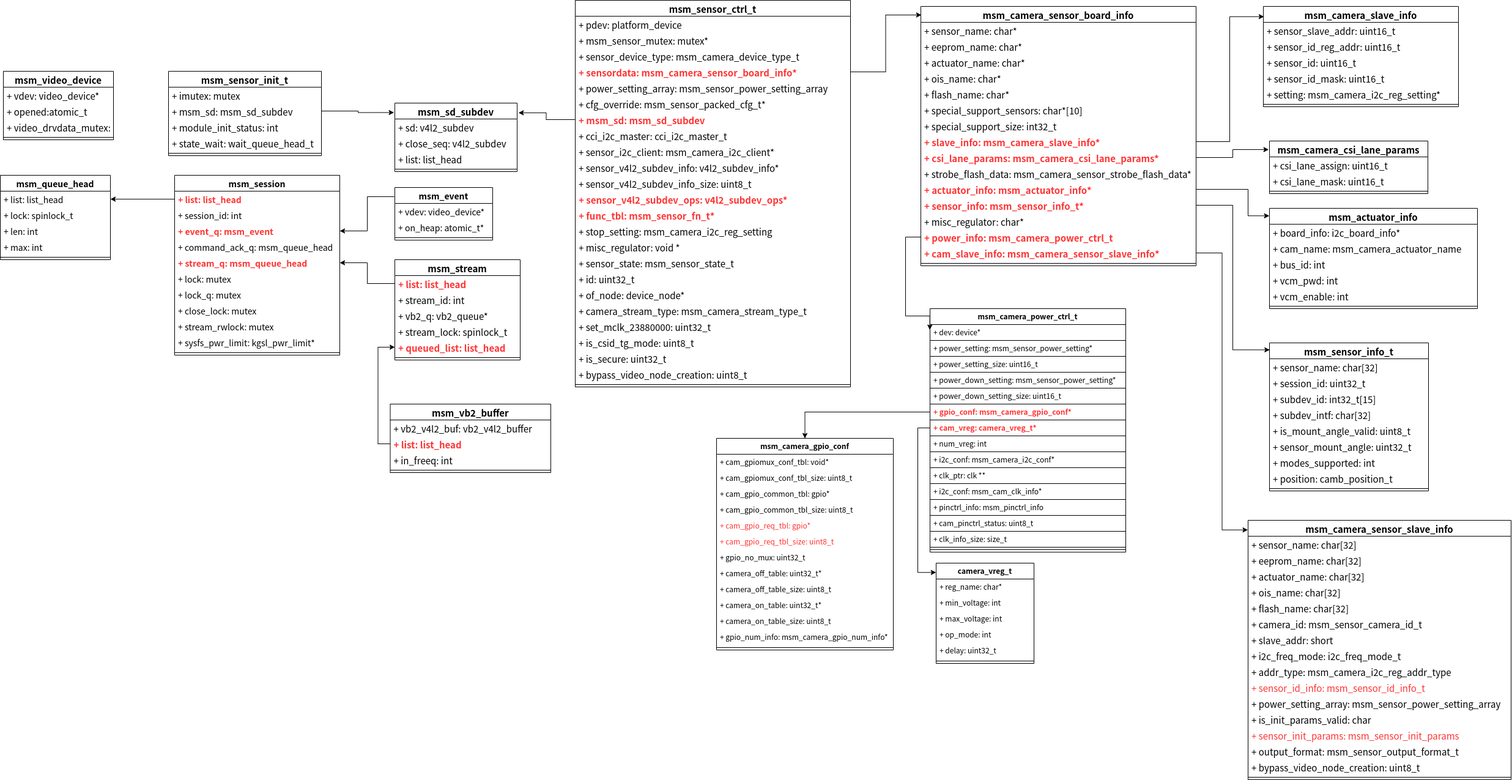
Before: qcom v4l2 camera2类图.png, a diagram exported from draw.io (zhangmeizhen/test2). Source tidied: cells renumbered, new cells last; positions are measured from the earlier drawing's top-left corner, leaving out a move shared by most shapes.
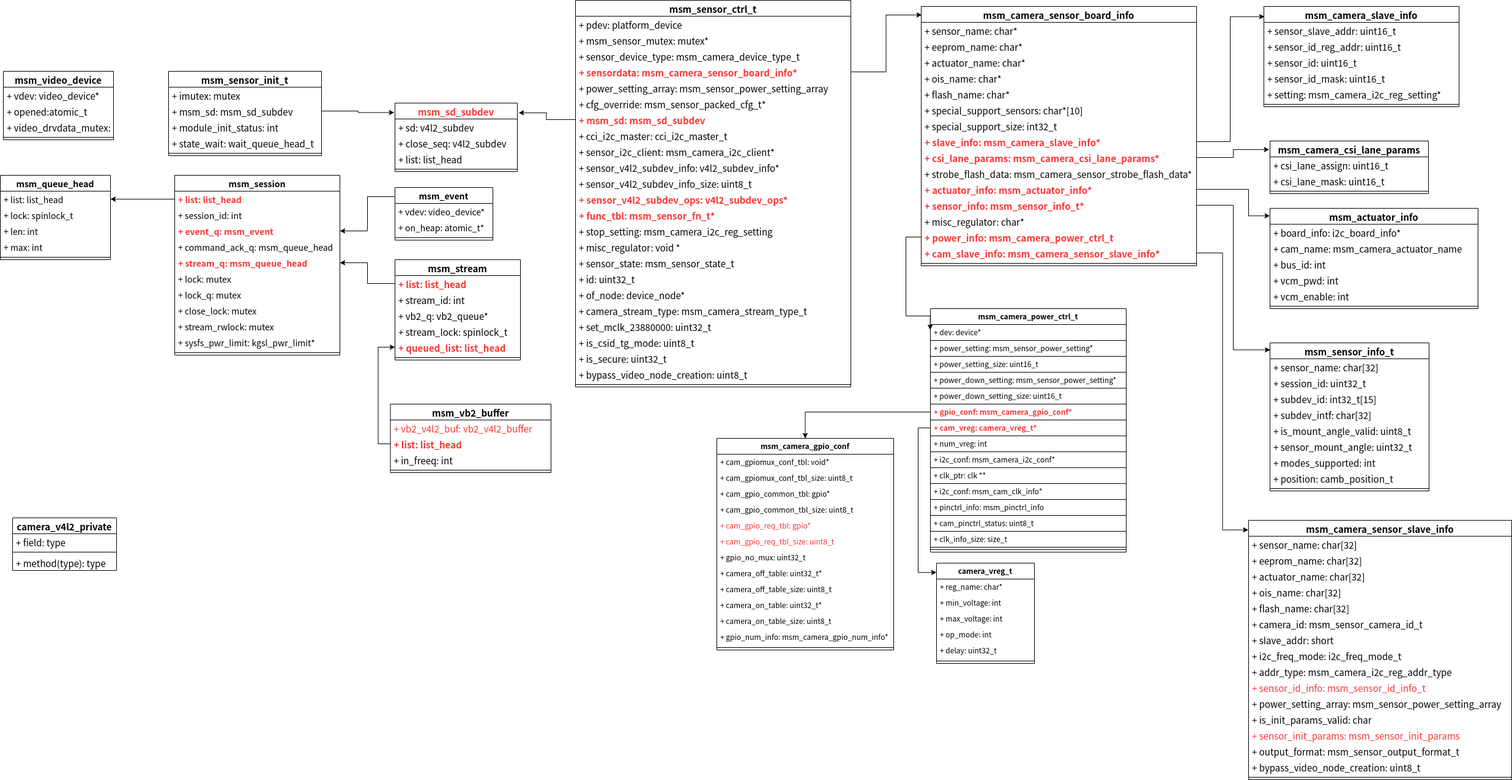
The same diagram one commit later.

Diff of the diagram source:
```diff
@@ -35,7 +35,7 @@
     <mxCell id="12" style="line;strokeWidth=1;fillColor=none;align=left;verticalAlign=middle;spacingTop=-1;spacingLeft=3;spacingRight=3;labelPosition=right;fontSize=15;fontColor=#000000;" parent="7" vertex="1">
       <mxGeometry y="130" width="250" height="8" as="geometry" />
     </mxCell>
-    <mxCell id="13" value="msm_sd_subdev" style="swimlane;fontStyle=1;align=center;verticalAlign=top;horizontal=1;startSize=26;fontSize=15;fontColor=#000000;" parent="1" vertex="1">
+    <mxCell id="13" value="msm_sd_subdev" style="swimlane;fontStyle=1;align=center;verticalAlign=top;horizontal=1;startSize=26;fontSize=15;fontColor=#FF3333;" parent="1" vertex="1">
       <mxGeometry x="645" y="168" width="200" height="112" as="geometry" />
     </mxCell>
     <mxCell id="14" value="+ sd: v4l2_subdev" style="text;strokeColor=none;fillColor=none;align=left;verticalAlign=top;spacingLeft=4;spacingRight=4;overflow=hidden;fontSize=15;fontColor=#000000;" parent="13" vertex="1">
@@ -564,7 +564,7 @@
     <mxCell id="185" value="msm_vb2_buffer" style="swimlane;fontStyle=1;align=center;verticalAlign=top;horizontal=1;startSize=26;fontColor=#000000;strokeColor=#000000;fontSize=15;" parent="1" vertex="1">
       <mxGeometry x="637.5" y="660" width="262.5" height="112" as="geometry" />
     </mxCell>
-    <mxCell id="186" value="+ vb2_v4l2_buf: vb2_v4l2_buffer" style="text;strokeColor=none;fillColor=none;align=left;verticalAlign=top;spacingLeft=4;spacingRight=4;overflow=hidden;fontColor=#000000;fontSize=15;" parent="185" vertex="1">
+    <mxCell id="186" value="+ vb2_v4l2_buf: vb2_v4l2_buffer" style="text;strokeColor=none;fillColor=none;align=left;verticalAlign=top;spacingLeft=4;spacingRight=4;overflow=hidden;fontColor=#FF3333;fontSize=15;" parent="185" vertex="1">
       <mxGeometry y="26" width="262.5" height="26" as="geometry" />
     </mxCell>
     <mxCell id="187" value="+ list: list_head" style="text;strokeColor=none;fillColor=none;align=left;verticalAlign=top;spacingLeft=4;spacingRight=4;overflow=hidden;points=[[0,0.5],[1,0.5]];portConstraint=eastwest;fontColor=#FF3333;fontStyle=1;fontSize=15;" parent="185" vertex="1">
@@ -579,5 +579,17 @@
     <mxCell id="190" style="edgeStyle=orthogonalEdgeStyle;rounded=0;jettySize=auto;html=1;entryX=0;entryY=0.5;entryDx=0;entryDy=0;fontColor=#FF3333;" parent="1" edge="1" source="187" target="74">
       <mxGeometry relative="1" as="geometry" />
     </mxCell>
+    <mxCell id="191" value="camera_v4l2_private" style="swimlane;fontStyle=1;align=center;verticalAlign=top;horizontal=1;startSize=26;fontSize=15;fontColor=#000000;strokeColor=#000000;" parent="1" vertex="1">
+      <mxGeometry x="20" y="846" width="170" height="86" as="geometry" />
+    </mxCell>
+    <mxCell id="192" value="+ field: type" style="text;strokeColor=none;fillColor=none;align=left;verticalAlign=top;spacingLeft=4;spacingRight=4;overflow=hidden;fontSize=15;fontColor=#000000;" parent="191" vertex="1">
+      <mxGeometry y="26" width="170" height="26" as="geometry" />
+    </mxCell>
+    <mxCell id="193" style="line;strokeWidth=1;fillColor=none;align=left;verticalAlign=middle;spacingTop=-1;spacingLeft=3;spacingRight=3;labelPosition=right;fontSize=15;fontColor=#000000;" parent="191" vertex="1">
+      <mxGeometry y="52" width="170" height="8" as="geometry" />
+    </mxCell>
+    <mxCell id="194" value="+ method(type): type" style="text;strokeColor=none;fillColor=none;align=left;verticalAlign=top;spacingLeft=4;spacingRight=4;overflow=hidden;fontSize=15;fontColor=#000000;" parent="191" vertex="1">
+      <mxGeometry y="60" width="170" height="26" as="geometry" />
+    </mxCell>
   </root>
 </mxGraphModel>
```
